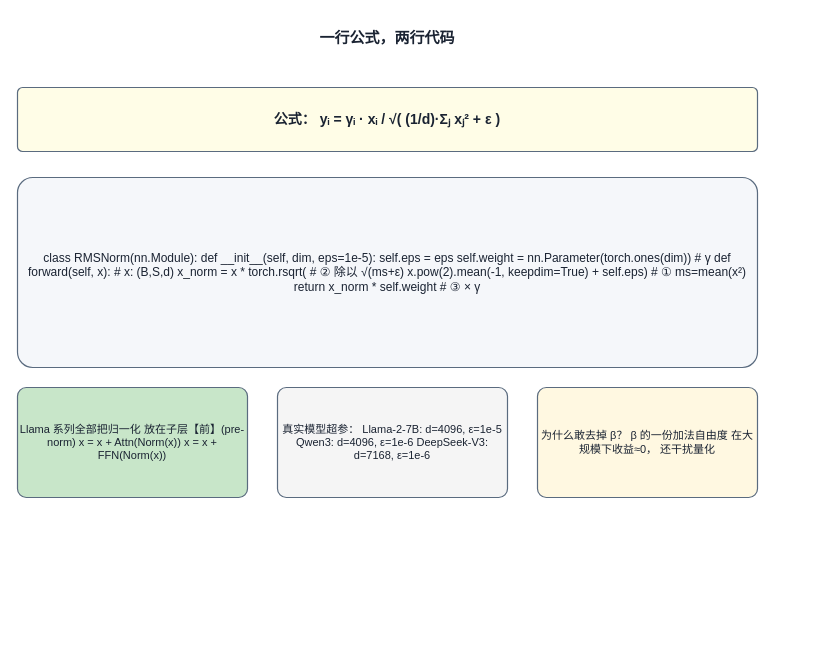
Before: src/content/blog/architecture/rmsnorm_3_code.drawio in laojiahuo2003/laojiahuo2003.github.io, a draw.io diagram. Source tidied: cells renumbered, new cells numbered last; positions are measured from the earlier drawing's top-left corner, leaving out a move shared by most shapes. Both pictures are drawn from the tidied source at 100%, with x=0, y=0 at pixel (17, 17).
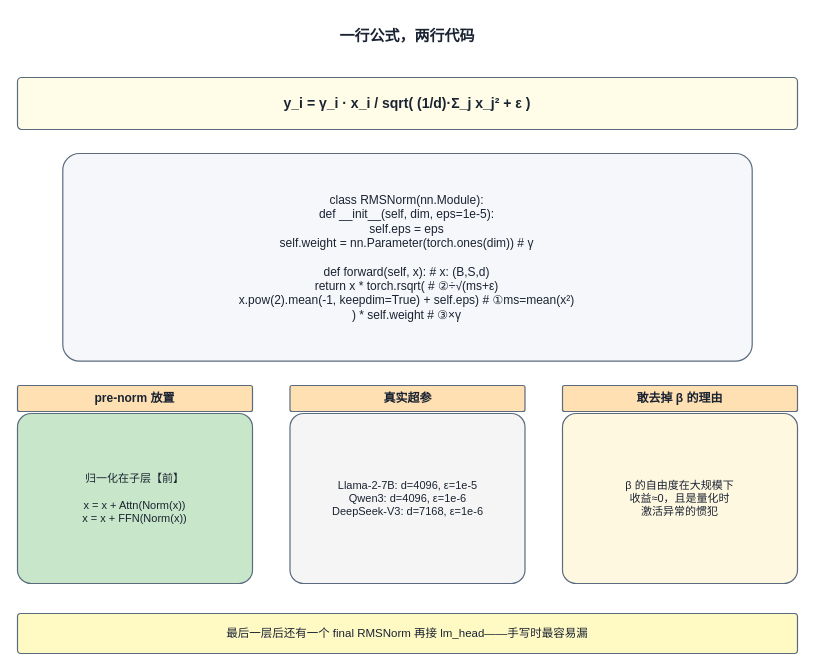
The same page after the edit.

Commit message (it also covers changes not shown here):
RMSNorm notes v2: rewrite in tech-blog style, fix block math and figure line-breaks

The edit, as a diff of the source:
```diff
@@
 <mxGraphModel>
   <root>
     <mxCell id="0" />
     <mxCell id="1" parent="0" />
     <mxCell id="2" value="一行公式，两行代码" style="rounded=1;whiteSpace=wrap;html=1;fillColor=#FFFFFF;arcSize=8;strokeColor=#FFFFFF;strokeWidth=1.2;fontStyle=1;fontSize=15;fontColor=#1A2332;" parent="1" vertex="1">
-      <mxGeometry width="740" height="40" as="geometry" />
+      <mxGeometry width="780" height="36" as="geometry" />
     </mxCell>
-    <mxCell id="3" value="公式：  yᵢ = γᵢ · xᵢ / √( (1/d)·Σⱼ xⱼ² + ε )" style="rounded=1;whiteSpace=wrap;html=1;fillColor=#FFFDE7;arcSize=8;strokeColor=#5A6B7F;strokeWidth=1.2;fontStyle=1;fontSize=14;fontColor=#1A2332;" parent="1" vertex="1">
-      <mxGeometry y="70" width="740" height="64" as="geometry" />
-    </mxCell>
-    <mxCell id="4" value="class RMSNorm(nn.Module):     def __init__(self, dim, eps=1e-5):         self.eps = eps         self.weight = nn.Parameter(torch.ones(dim))  # γ      def forward(self, x):                            # x: (B,S,d)         x_norm = x * torch.rsqrt(                    # ② 除以 √(ms+ε)             x.pow(2).mean(-1, keepdim=True) + self.eps)  # ① ms=mean(x²)         return x_norm * self.weight                  # ③ × γ" style="rounded=1;whiteSpace=wrap;html=1;fillColor=#F5F7FA;arcSize=8;strokeColor=#5A6B7F;strokeWidth=1.2;fontSize=12;fontColor=#1A2332;" parent="1" vertex="1">
-      <mxGeometry y="160" width="740" height="190" as="geometry" />
-    </mxCell>
-    <mxCell id="5" value="Llama 系列全部把归一化 放在子层【前】(pre-norm)  x = x + Attn(Norm(x)) x = x + FFN(Norm(x))" style="rounded=1;whiteSpace=wrap;html=1;fillColor=#C8E6C9;arcSize=8;strokeColor=#5A6B7F;strokeWidth=1.2;fontSize=11;fontColor=#1A2332;" parent="1" vertex="1">
-      <mxGeometry y="370" width="230" height="110" as="geometry" />
-    </mxCell>
-    <mxCell id="6" value="真实模型超参：  Llama-2-7B: d=4096, ε=1e-5 Qwen3:      d=4096, ε=1e-6 DeepSeek-V3: d=7168, ε=1e-6" style="rounded=1;whiteSpace=wrap;html=1;fillColor=#F5F5F5;arcSize=8;strokeColor=#5A6B7F;strokeWidth=1.2;fontSize=11;fontColor=#1A2332;" parent="1" vertex="1">
-      <mxGeometry x="260" y="370" width="230" height="110" as="geometry" />
-    </mxCell>
-    <mxCell id="7" value="为什么敢去掉 β？  β 的一份加法自由度 在大规模下收益≈0， 还干扰量化" style="rounded=1;whiteSpace=wrap;html=1;fillColor=#FFF8E1;arcSize=8;strokeColor=#5A6B7F;strokeWidth=1.2;fontSize=11;fontColor=#1A2332;" parent="1" vertex="1">
-      <mxGeometry x="520" y="370" width="220" height="110" as="geometry" />
-    </mxCell>
+    <mxCell id="8" value="y_i = γ_i · x_i / sqrt( (1/d)·Σ_j x_j² + ε )" style="rounded=1;whiteSpace=wrap;html=1;fillColor=#FFFDE7;arcSize=8;strokeColor=#5A6B7F;strokeWidth=1.2;fontStyle=1;fontSize=14;fontColor=#1A2332;" parent="1" vertex="1">
+      <mxGeometry y="60" width="780" height="52" as="geometry" />
+    </mxCell>
+    <mxCell id="9" value="class RMSNorm(nn.Module):&#10;    def __init__(self, dim, eps=1e-5):&#10;        self.eps = eps&#10;        self.weight = nn.Parameter(torch.ones(dim))   # γ&#10;&#10;    def forward(self, x):                            # x: (B,S,d)&#10;        return x * torch.rsqrt(                      # ②÷√(ms+ε)&#10;            x.pow(2).mean(-1, keepdim=True) + self.eps)  # ①ms=mean(x²)&#10;               ) * self.weight                       # ③×γ" style="rounded=1;whiteSpace=wrap;html=1;fillColor=#F5F7FA;arcSize=8;strokeColor=#5A6B7F;strokeWidth=1.2;fontSize=12;fontColor=#1A2332;" parent="1" vertex="1">
+      <mxGeometry x="45.3" y="136" width="689.4" height="207.6" as="geometry" />
+    </mxCell>
+    <mxCell id="10" value="归一化在子层【前】&#10;&#10;x = x + Attn(Norm(x))&#10;x = x + FFN(Norm(x))" style="rounded=1;whiteSpace=wrap;html=1;fillColor=#C8E6C9;arcSize=8;strokeColor=#5A6B7F;strokeWidth=1.2;fontSize=11;fontColor=#1A2332;" parent="1" vertex="1">
+      <mxGeometry y="396" width="235" height="170" as="geometry" />
+    </mxCell>
+    <mxCell id="11" value="pre-norm 放置" style="rounded=1;whiteSpace=wrap;html=1;fillColor=#FFE0B2;arcSize=8;strokeColor=#5A6B7F;strokeWidth=1.2;fontStyle=1;fontSize=12;fontColor=#1A2332;" parent="1" vertex="1">
+      <mxGeometry y="368" width="235" height="26" as="geometry" />
+    </mxCell>
+    <mxCell id="12" value="Llama-2-7B: d=4096, ε=1e-5&#10;Qwen3: d=4096, ε=1e-6&#10;DeepSeek-V3: d=7168, ε=1e-6" style="rounded=1;whiteSpace=wrap;html=1;fillColor=#F5F5F5;arcSize=8;strokeColor=#5A6B7F;strokeWidth=1.2;fontSize=11;fontColor=#1A2332;" parent="1" vertex="1">
+      <mxGeometry x="272.5" y="396" width="235" height="170" as="geometry" />
+    </mxCell>
+    <mxCell id="13" value="真实超参" style="rounded=1;whiteSpace=wrap;html=1;fillColor=#FFE0B2;arcSize=8;strokeColor=#5A6B7F;strokeWidth=1.2;fontStyle=1;fontSize=12;fontColor=#1A2332;" parent="1" vertex="1">
+      <mxGeometry x="272.5" y="368" width="235" height="26" as="geometry" />
+    </mxCell>
+    <mxCell id="14" value="β 的自由度在大规模下&#10;收益≈0，且是量化时&#10;激活异常的惯犯" style="rounded=1;whiteSpace=wrap;html=1;fillColor=#FFF8E1;arcSize=8;strokeColor=#5A6B7F;strokeWidth=1.2;fontSize=11;fontColor=#1A2332;" parent="1" vertex="1">
+      <mxGeometry x="545" y="396" width="235" height="170" as="geometry" />
+    </mxCell>
+    <mxCell id="15" value="敢去掉 β 的理由" style="rounded=1;whiteSpace=wrap;html=1;fillColor=#FFE0B2;arcSize=8;strokeColor=#5A6B7F;strokeWidth=1.2;fontStyle=1;fontSize=12;fontColor=#1A2332;" parent="1" vertex="1">
+      <mxGeometry x="545" y="368" width="235" height="26" as="geometry" />
+    </mxCell>
+    <mxCell id="16" value="最后一层后还有一个 final RMSNorm 再接 lm_head——手写时最容易漏" style="rounded=1;whiteSpace=wrap;html=1;fillColor=#FFF9C4;arcSize=8;strokeColor=#5A6B7F;strokeWidth=1.2;fontSize=11.5;fontColor=#1A2332;" parent="1" vertex="1">
+      <mxGeometry y="596" width="780" height="40" as="geometry" />
+    </mxCell>
   </root>
 </mxGraphModel>
```
